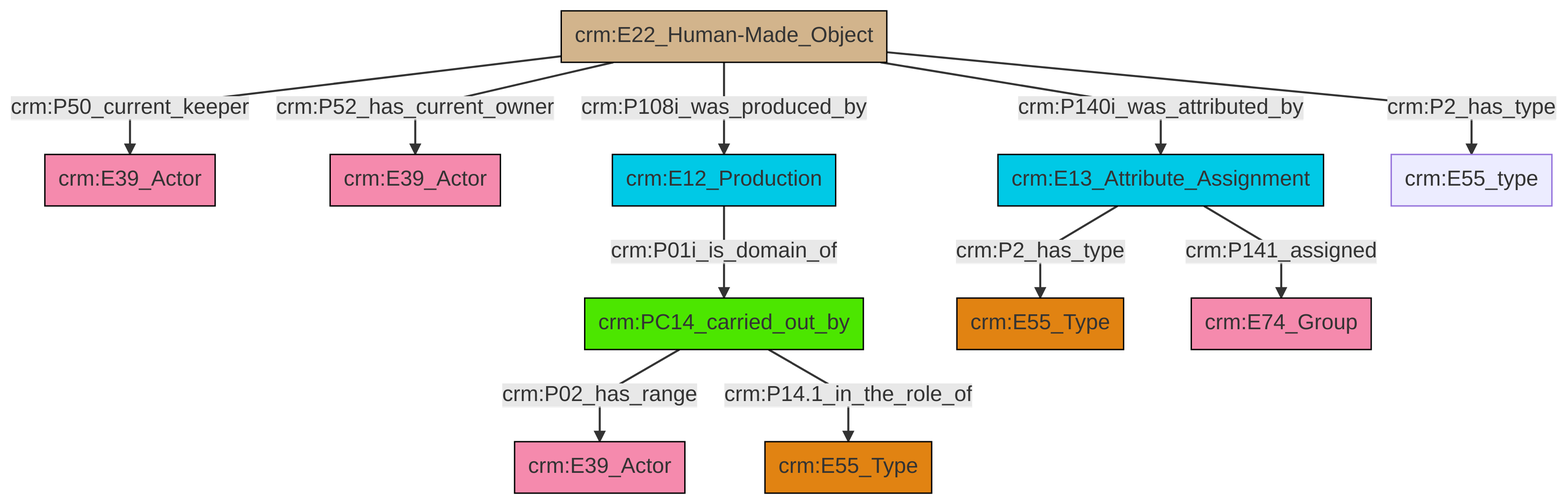
swiss-art-research-net/reference-data-models keeps this Mermaid diagram as et/artworkCSV/ttl/mmd/png/Artwork_Actor_Relations.png. Above is the earlier version. Its source is kept beside it as et/artworkCSV/ttl/mmd/Artwork_Actor_Relations.ttl.mmd.
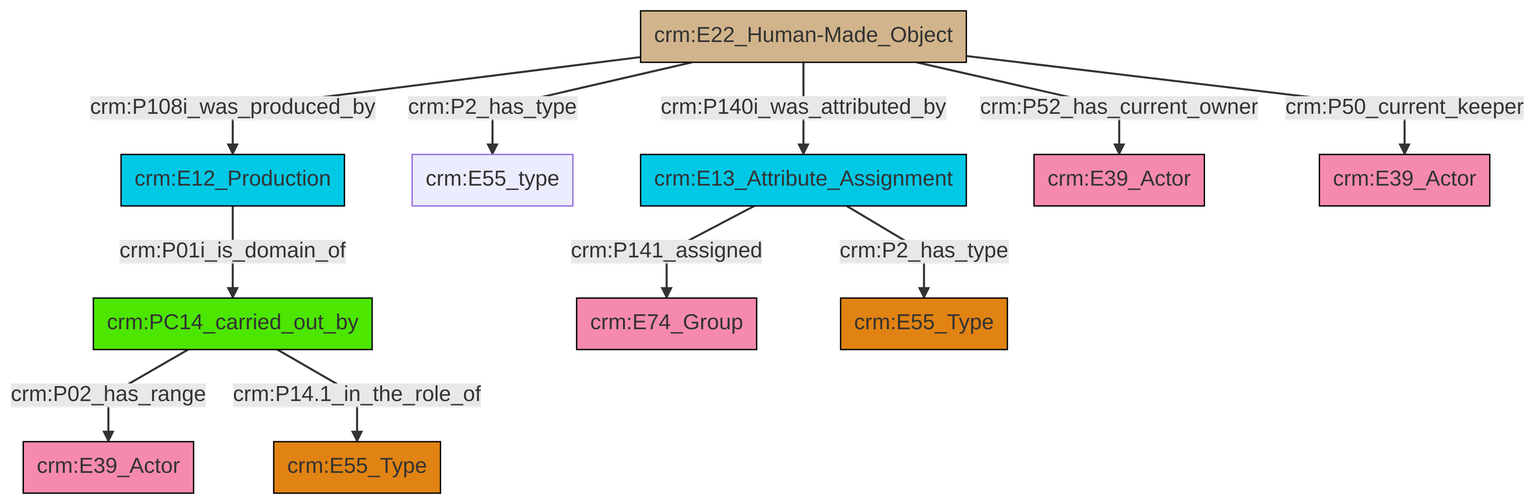
The same diagram one commit later.

Change to the diagram source:
```diff
@@ -13,13 +13,13 @@
 classDef PC_Classes fill:#4ce600, stroke:#000000;
 classDef Multi fill:#cccccc,stroke:#000000;
 
-0["crm:E22_Human-Made_Object"]:::Physical_Thing -->|crm:P50_current_keeper| 1["crm:E39_Actor"]:::Actor
-4["crm:PC14_carried_out_by"]:::PC_Classes -->|crm:P02_has_range| 5["crm:E39_Actor"]:::Actor
-8["crm:E13_Attribute_Assignment"]:::Temporal_Entity -->|crm:P2_has_type| 2["crm:E55_Type"]:::Type
-0["crm:E22_Human-Made_Object"]:::Physical_Thing -->|crm:P52_has_current_owner| 6["crm:E39_Actor"]:::Actor
-0["crm:E22_Human-Made_Object"]:::Physical_Thing -->|crm:P108i_was_produced_by| 11["crm:E12_Production"]:::Temporal_Entity
-11["crm:E12_Production"]:::Temporal_Entity -->|crm:P01i_is_domain_of| 4["crm:PC14_carried_out_by"]:::PC_Classes
-0["crm:E22_Human-Made_Object"]:::Physical_Thing -->|crm:P140i_was_attributed_by| 8["crm:E13_Attribute_Assignment"]:::Temporal_Entity
-8["crm:E13_Attribute_Assignment"]:::Temporal_Entity -->|crm:P141_assigned| 13["crm:E74_Group"]:::Actor
-0["crm:E22_Human-Made_Object"]:::Physical_Thing -->|crm:P2_has_type| 16["crm:E55_type"]:::Default
-4["crm:PC14_carried_out_by"]:::PC_Classes -->|crm:P14.1_in_the_role_of| 20["crm:E55_Type"]:::Type
+0["crm:PC14_carried_out_by"]:::PC_Classes -->|crm:P02_has_range| 1["crm:E39_Actor"]:::Actor
+2["crm:E22_Human-Made_Object"]:::Physical_Thing -->|crm:P108i_was_produced_by| 3["crm:E12_Production"]:::Temporal_Entity
+0["crm:PC14_carried_out_by"]:::PC_Classes -->|crm:P14.1_in_the_role_of| 9["crm:E55_Type"]:::Type
+2["crm:E22_Human-Made_Object"]:::Physical_Thing -->|crm:P52_has_current_owner| 17["crm:E39_Actor"]:::Actor
+2["crm:E22_Human-Made_Object"]:::Physical_Thing -->|crm:P50_current_keeper| 20["crm:E39_Actor"]:::Actor
+15["crm:E13_Attribute_Assignment"]:::Temporal_Entity -->|crm:P2_has_type| 13["crm:E55_Type"]:::Type
+15["crm:E13_Attribute_Assignment"]:::Temporal_Entity -->|crm:P141_assigned| 4["crm:E74_Group"]:::Actor
+2["crm:E22_Human-Made_Object"]:::Physical_Thing -->|crm:P2_has_type| 7["crm:E55_type"]:::Default
+2["crm:E22_Human-Made_Object"]:::Physical_Thing -->|crm:P140i_was_attributed_by| 15["crm:E13_Attribute_Assignment"]:::Temporal_Entity
+3["crm:E12_Production"]:::Temporal_Entity -->|crm:P01i_is_domain_of| 0["crm:PC14_carried_out_by"]:::PC_Classes
```
